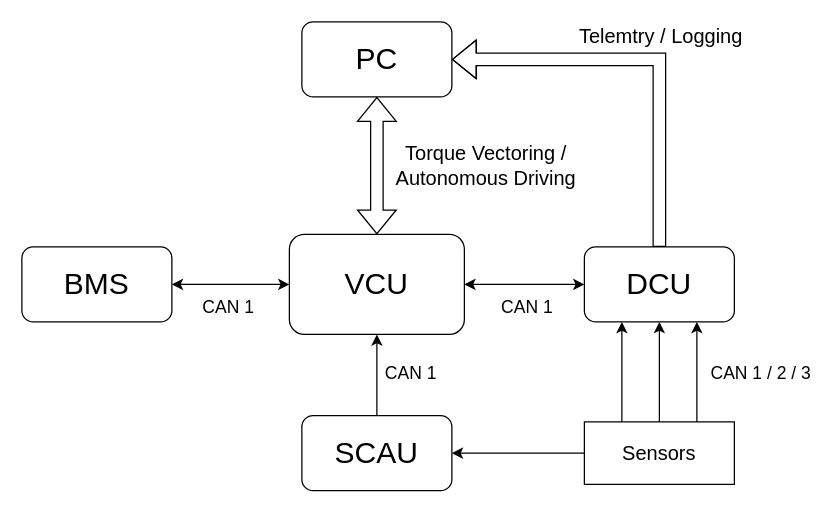
Before: USBcarInterface.drawio in carloFerr/carloFerr, a draw.io diagram. Source tidied: cells renumbered, new cells numbered last; positions are measured from the earlier drawing's top-left corner, leaving out a move shared by most shapes. Both pictures are drawn from the tidied source at 125%, with x=0, y=0 at pixel (21, 21).
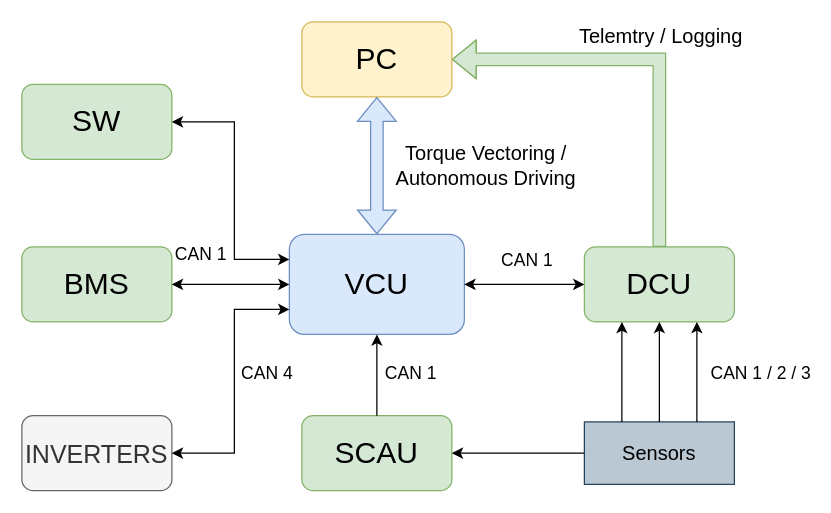
Above is the later version.

Unchanged cells that the change refers to:
```xml
<mxCell id="11" style="endArrow=classic;startArrow=classic;html=1;rounded=0;entryX=0;entryY=0.5;entryDx=0;entryDy=0;exitX=1;exitY=0.5;exitDx=0;exitDy=0;" parent="1" edge="1" source="2" target="3">
  <mxGeometry relative="1" as="geometry" />
</mxCell>
```

What changed in the source:
```diff
@@
-    <mxCell id="2" value="&lt;font style=&quot;font-size: 24px;&quot;&gt;VCU&lt;/font&gt;" style="rounded=1;whiteSpace=wrap;html=1;" parent="1" vertex="1">
+    <mxCell id="2" value="&lt;font style=&quot;font-size: 24px;&quot;&gt;VCU&lt;/font&gt;" style="rounded=1;whiteSpace=wrap;html=1;fillColor=#dae8fc;strokeColor=#6c8ebf;" parent="1" vertex="1">
       <mxGeometry x="214" y="170" width="140" height="80" as="geometry" />
     </mxCell>
-    <mxCell id="3" value="&lt;font style=&quot;font-size: 24px;&quot;&gt;DCU&lt;/font&gt;" style="rounded=1;whiteSpace=wrap;html=1;" parent="1" vertex="1">
+    <mxCell id="3" value="&lt;font style=&quot;font-size: 24px;&quot;&gt;DCU&lt;/font&gt;" style="rounded=1;whiteSpace=wrap;html=1;fillColor=#d5e8d4;strokeColor=#82b366;" parent="1" vertex="1">
       <mxGeometry x="450" y="180" width="120" height="60" as="geometry" />
     </mxCell>
-    <mxCell id="4" value="&lt;font style=&quot;font-size: 24px;&quot;&gt;PC&lt;/font&gt;" style="rounded=1;whiteSpace=wrap;html=1;" parent="1" vertex="1">
+    <mxCell id="4" value="&lt;font style=&quot;font-size: 24px;&quot;&gt;PC&lt;/font&gt;" style="rounded=1;whiteSpace=wrap;html=1;fillColor=#fff2cc;strokeColor=#d6b656;" parent="1" vertex="1">
       <mxGeometry x="224" width="120" height="60" as="geometry" />
     </mxCell>
-    <mxCell id="5" style="shape=flexArrow;endArrow=classic;html=1;rounded=0;exitX=0.5;exitY=0;exitDx=0;exitDy=0;entryX=1;entryY=0.5;entryDx=0;entryDy=0;" parent="1" edge="1" source="3" target="4">
+    <mxCell id="5" style="shape=flexArrow;endArrow=classic;html=1;rounded=0;exitX=0.5;exitY=0;exitDx=0;exitDy=0;entryX=1;entryY=0.5;entryDx=0;entryDy=0;fillColor=#d5e8d4;strokeColor=#82b366;" parent="1" edge="1" source="3" target="4">
       <mxGeometry relative="1" as="geometry">
         <Array as="points">
           <mxPoint x="510" y="30" />
         </Array>
       </mxGeometry>
     </mxCell>
@@
-    <mxCell id="7" style="shape=flexArrow;endArrow=classic;startArrow=classic;html=1;rounded=0;entryX=0.5;entryY=1;entryDx=0;entryDy=0;exitX=0.5;exitY=0;exitDx=0;exitDy=0;" parent="1" edge="1" source="2" target="4">
+    <mxCell id="7" style="shape=flexArrow;endArrow=classic;startArrow=classic;html=1;rounded=0;entryX=0.5;entryY=1;entryDx=0;entryDy=0;exitX=0.5;exitY=0;exitDx=0;exitDy=0;fillColor=#dae8fc;strokeColor=#6c8ebf;" parent="1" edge="1" source="2" target="4">
       <mxGeometry relative="1" as="geometry" />
     </mxCell>
@@
-    <mxCell id="9" value="&lt;font style=&quot;font-size: 16px;&quot;&gt;Sensors&lt;/font&gt;" style="rounded=0;whiteSpace=wrap;html=1;" parent="1" vertex="1">
+    <mxCell id="9" value="&lt;font style=&quot;font-size: 16px;&quot;&gt;Sensors&lt;/font&gt;" style="rounded=0;whiteSpace=wrap;html=1;fillColor=#bac8d3;strokeColor=#23445d;" parent="1" vertex="1">
       <mxGeometry x="450" y="320" width="120" height="50" as="geometry" />
     </mxCell>
-    <mxCell id="10" value="&lt;font style=&quot;font-size: 24px;&quot;&gt;BMS&lt;/font&gt;" style="rounded=1;whiteSpace=wrap;html=1;" parent="1" vertex="1">
+    <mxCell id="10" value="&lt;font style=&quot;font-size: 24px;&quot;&gt;BMS&lt;/font&gt;" style="rounded=1;whiteSpace=wrap;html=1;fillColor=#d5e8d4;strokeColor=#82b366;" parent="1" vertex="1">
       <mxGeometry y="180" width="120" height="60" as="geometry" />
     </mxCell>
@@
     <mxCell id="12" value="&lt;font style=&quot;font-size: 14px;&quot;&gt;CAN 1&lt;/font&gt;" style="edgeLabel;html=1;align=center;verticalAlign=middle;" parent="11" vertex="1">
       <mxGeometry x="-0.1" y="1" relative="1" as="geometry">
-        <mxPoint x="6" y="18" as="offset" />
+        <mxPoint x="6" y="-19" as="offset" />
       </mxGeometry>
     </mxCell>
@@
-    <mxCell id="14" value="&lt;font style=&quot;font-size: 24px;&quot;&gt;SCAU&lt;/font&gt;" style="rounded=1;whiteSpace=wrap;html=1;" parent="1" vertex="1">
+    <mxCell id="14" value="&lt;font style=&quot;font-size: 24px;&quot;&gt;SCAU&lt;/font&gt;" style="rounded=1;whiteSpace=wrap;html=1;fillColor=#d5e8d4;strokeColor=#82b366;" parent="1" vertex="1">
       <mxGeometry x="224" y="315" width="120" height="60" as="geometry" />
     </mxCell>
@@
-    <mxCell id="18" value="&lt;font style=&quot;font-size: 14px;&quot;&gt;CAN 1&lt;/font&gt;" style="edgeLabel;html=1;align=center;verticalAlign=middle;" parent="1" vertex="1">
-      <mxGeometry x="423" y="250" as="geometry">
-        <mxPoint x="-259" y="-23" as="offset" />
-      </mxGeometry>
-    </mxCell>
@@
+    <mxCell id="23" value="&lt;font style=&quot;font-size: 20px;&quot;&gt;INVERTERS&lt;/font&gt;" style="rounded=1;whiteSpace=wrap;html=1;fillColor=#f5f5f5;strokeColor=#666666;fontColor=#333333;" parent="1" vertex="1">
+      <mxGeometry y="315" width="120" height="60" as="geometry" />
+    </mxCell>
+    <mxCell id="24" style="endArrow=classic;startArrow=classic;html=1;rounded=0;entryX=0;entryY=0.75;entryDx=0;entryDy=0;exitX=1;exitY=0.5;exitDx=0;exitDy=0;" parent="1" edge="1" source="23" target="2">
+      <mxGeometry relative="1" as="geometry">
+        <Array as="points">
+          <mxPoint x="170" y="345" />
+          <mxPoint x="170" y="230" />
+        </Array>
+      </mxGeometry>
+    </mxCell>
+    <mxCell id="25" value="&lt;font style=&quot;font-size: 14px;&quot;&gt;CAN 4&lt;/font&gt;" style="edgeLabel;html=1;align=center;verticalAlign=middle;" parent="1" vertex="1">
+      <mxGeometry x="321" y="290" as="geometry">
+        <mxPoint x="-126" y="-10" as="offset" />
+      </mxGeometry>
+    </mxCell>
+    <mxCell id="26" value="&lt;font style=&quot;font-size: 24px;&quot;&gt;SW&lt;/font&gt;" style="rounded=1;whiteSpace=wrap;html=1;fillColor=#d5e8d4;strokeColor=#82b366;" parent="1" vertex="1">
+      <mxGeometry y="50" width="120" height="60" as="geometry" />
+    </mxCell>
+    <mxCell id="27" style="endArrow=classic;startArrow=classic;html=1;rounded=0;entryX=1;entryY=0.5;entryDx=0;entryDy=0;exitX=0;exitY=0.25;exitDx=0;exitDy=0;" parent="1" edge="1" source="2" target="26">
+      <mxGeometry relative="1" as="geometry">
+        <Array as="points">
+          <mxPoint x="170" y="190" />
+          <mxPoint x="170" y="80" />
+        </Array>
+      </mxGeometry>
+    </mxCell>
+    <mxCell id="18" value="&lt;font style=&quot;font-size: 14px;&quot;&gt;CAN 1&lt;/font&gt;" style="edgeLabel;html=1;align=center;verticalAlign=middle;" parent="1" vertex="1">
+      <mxGeometry x="330" y="315" as="geometry">
+        <mxPoint x="-188" y="-130" as="offset" />
+      </mxGeometry>
+    </mxCell>
```
